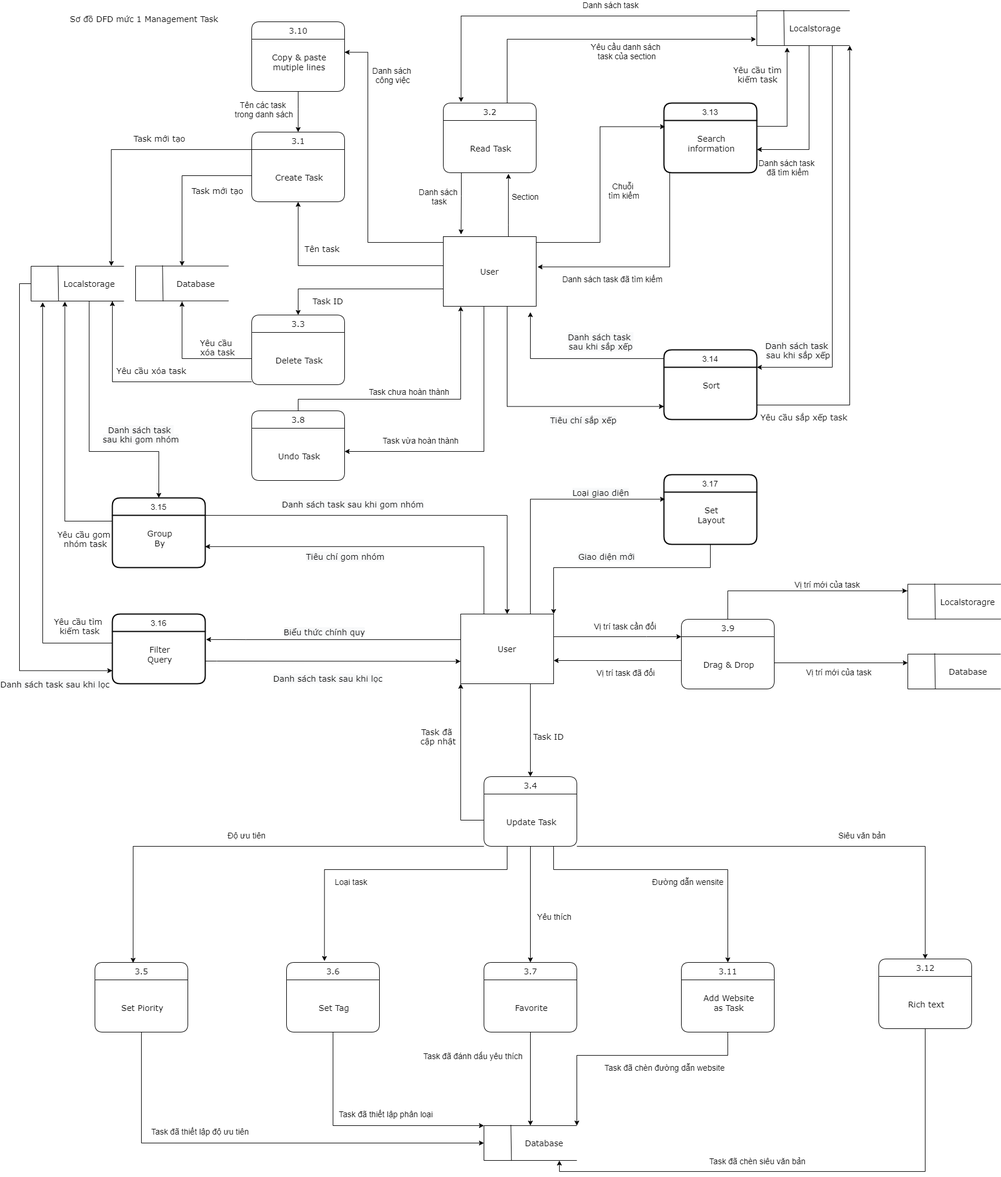
This is ToDoApp-Doc/Document/Diagram/DFD/ManagementTask/ManagementTaskDFD.png from Merevoli-DatLuu/To-Do-App, a draw.io export, as it was before one commit. Source tidied: cells renumbered, new cells last; positions are measured from the earlier drawing's top-left corner, leaving out a move shared by most shapes.
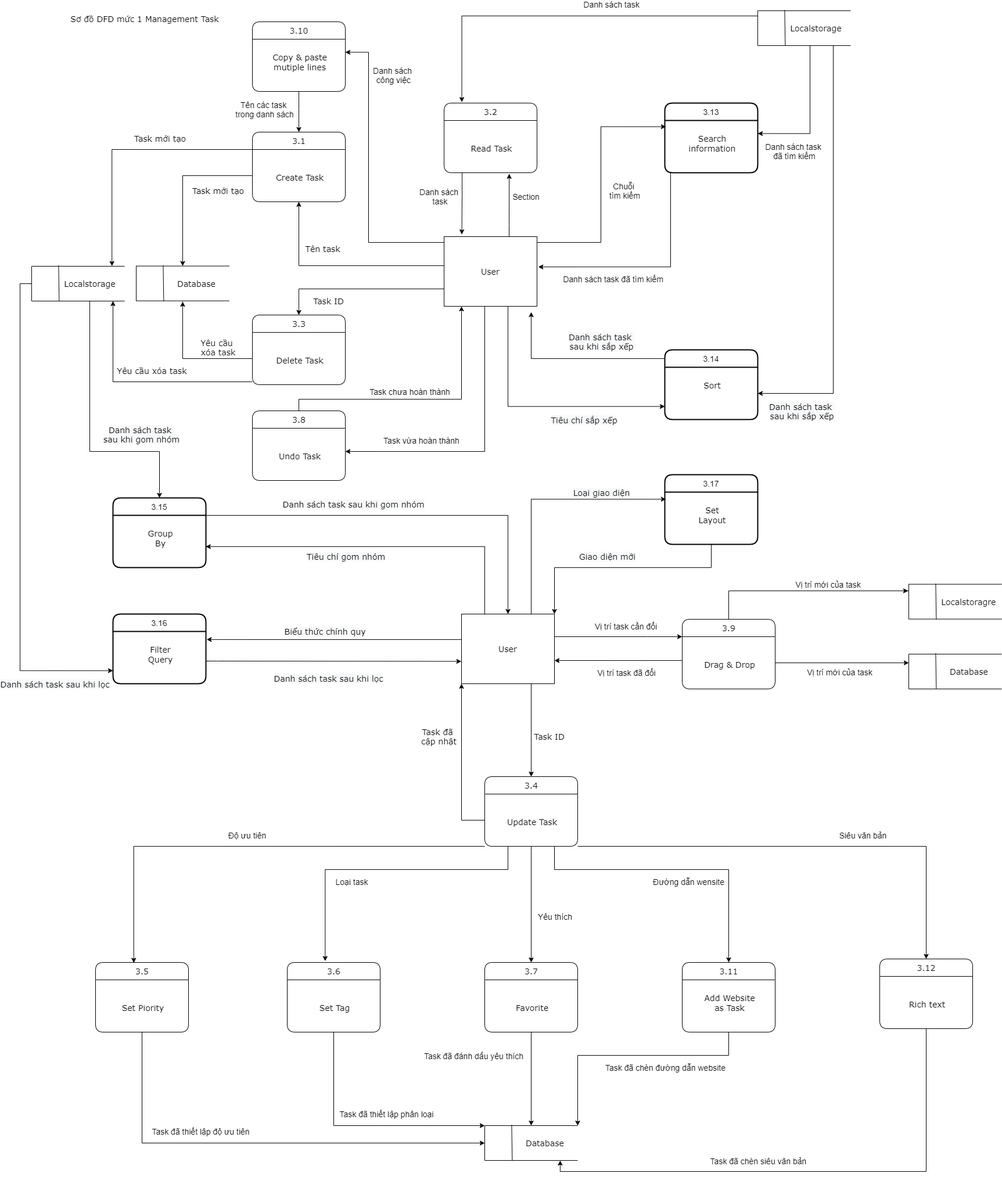
Later version of the same file.

Change to the diagram source:
```diff
@@ -195,18 +195,6 @@
         <mxPoint x="-51.8" y="-20.1" as="offset" />
       </mxGeometry>
     </mxCell>
-    <mxCell id="38" style="edgeStyle=orthogonalEdgeStyle;rounded=0;jettySize=auto;html=1;entryX=-0.008;entryY=0.818;entryDx=0;entryDy=0;entryPerimeter=0;fontFamily=Verdana;fontSize=14;" parent="1" edge="1" source="40" target="50">
-      <mxGeometry relative="1" as="geometry">
-        <Array as="points">
-          <mxPoint x="840" y="50" />
-        </Array>
-      </mxGeometry>
-    </mxCell>
-    <mxCell id="39" value="&lt;span style=&quot;font-family: &amp;#34;helvetica&amp;#34;&quot;&gt;Yêu cầu danh sách&lt;br&gt;&amp;nbsp;task&amp;nbsp;&lt;/span&gt;&lt;span style=&quot;font-family: &amp;#34;helvetica&amp;#34;&quot;&gt;của section&lt;/span&gt;" style="edgeLabel;html=1;align=center;verticalAlign=middle;fontSize=14;fontFamily=Verdana;" parent="38" vertex="1">
-      <mxGeometry x="0.24" y="-2" relative="1" as="geometry">
-        <mxPoint x="-19.4" y="17.9" as="offset" />
-      </mxGeometry>
-    </mxCell>
     <mxCell id="40" value="3.2" style="swimlane;horizontal=1;startSize=30;rounded=1;fontSize=14;fontStyle=0;strokeWidth=1;shadow=0;dashed=0;align=center;html=1;fontFamily=Verdana;" parent="1" vertex="1">
       <mxGeometry x="730" y="160" width="160" height="120" as="geometry" />
     </mxCell>
@@ -238,29 +226,28 @@
         <mxPoint x="-11.8" y="-19.1" as="offset" />
       </mxGeometry>
     </mxCell>
-    <mxCell id="46" style="edgeStyle=orthogonalEdgeStyle;rounded=0;jettySize=auto;html=1;fontFamily=Verdana;fontSize=14;" parent="1" edge="1" source="50">
+    <mxCell id="46" style="edgeStyle=orthogonalEdgeStyle;rounded=0;jettySize=auto;html=1;fontFamily=Verdana;fontSize=14;entryX=1;entryY=0.25;entryDx=0;entryDy=0;" parent="1" edge="1" source="50" target="61">
       <mxGeometry relative="1" as="geometry">
-        <mxPoint x="1270" y="240" as="targetPoint" />
         <Array as="points">
-          <mxPoint x="1360" y="240" />
+          <mxPoint x="1360" y="213" />
         </Array>
       </mxGeometry>
     </mxCell>
     <mxCell id="47" value="&lt;span style=&quot;font-family: &amp;#34;helvetica&amp;#34;&quot;&gt;Danh sách task&lt;br&gt;&amp;nbsp;đã tìm kiếm&lt;/span&gt;" style="edgeLabel;html=1;align=center;verticalAlign=middle;fontSize=14;fontFamily=Verdana;" parent="46" vertex="1">
       <mxGeometry x="0.43" y="4" relative="1" as="geometry">
-        <mxPoint x="-27.2" y="25.9" as="offset" />
+        <mxPoint x="-8.5" y="25.9" as="offset" />
       </mxGeometry>
     </mxCell>
-    <mxCell id="48" style="edgeStyle=orthogonalEdgeStyle;rounded=0;jettySize=auto;html=1;entryX=1;entryY=0;entryDx=0;entryDy=0;fontFamily=Verdana;fontSize=14;" parent="1" edge="1" source="50" target="69">
+    <mxCell id="48" style="edgeStyle=orthogonalEdgeStyle;rounded=0;jettySize=auto;html=1;entryX=1;entryY=0.5;entryDx=0;entryDy=0;fontFamily=Verdana;fontSize=14;" parent="1" edge="1" source="50" target="69">
       <mxGeometry relative="1" as="geometry">
         <Array as="points">
-          <mxPoint x="1400" y="615" />
+          <mxPoint x="1400" y="660" />
         </Array>
       </mxGeometry>
     </mxCell>
     <mxCell id="49" value="&lt;span style=&quot;font-family: &amp;#34;verdana&amp;#34; ; background-color: rgb(248 , 249 , 250)&quot;&gt;Danh sách task&amp;nbsp;&lt;/span&gt;&lt;br style=&quot;font-family: &amp;#34;verdana&amp;#34;&quot;&gt;&lt;span style=&quot;font-family: &amp;#34;verdana&amp;#34; ; background-color: rgb(248 , 249 , 250)&quot;&gt;sau khi sắp xếp&lt;/span&gt;" style="edgeLabel;html=1;align=center;verticalAlign=middle;fontSize=14;fontFamily=Verdana;" parent="48" vertex="1">
       <mxGeometry x="0.75" y="2" relative="1" as="geometry">
-        <mxPoint x="-15.1" y="-32" as="offset" />
+        <mxPoint x="-15.1" y="28" as="offset" />
       </mxGeometry>
     </mxCell>
     <mxCell id="50" value="&amp;nbsp; &amp;nbsp; &amp;nbsp; &amp;nbsp; &amp;nbsp; &amp;nbsp;Localstorage" style="strokeWidth=1;html=1;shape=mxgraph.flowchart.annotation_1;align=left;fontFamily=Verdana;fontSize=14;" parent="1" vertex="1">
@@ -314,20 +301,6 @@
     <mxCell id="61" value="&#10;Search &#10;information" style="align=center;strokeColor=none;fillColor=none;spacingLeft=4;fontSize=14;verticalAlign=top;fontFamily=Verdana;" parent="60" vertex="1">
       <mxGeometry y="30" width="160" height="90" as="geometry" />
     </mxCell>
-    <mxCell id="62" style="edgeStyle=orthogonalEdgeStyle;rounded=0;jettySize=auto;html=1;entryX=0.326;entryY=1.053;entryDx=0;entryDy=0;entryPerimeter=0;fontFamily=Verdana;fontSize=14;" parent="1" edge="1" target="50">
-      <mxGeometry relative="1" as="geometry">
-        <mxPoint x="1270" y="200" as="sourcePoint" />
-        <Array as="points">
-          <mxPoint x="1270" y="200" />
-          <mxPoint x="1322" y="200" />
-        </Array>
-      </mxGeometry>
-    </mxCell>
-    <mxCell id="63" value="Yêu cầu tìm&lt;br&gt;kiếm task" style="edgeLabel;html=1;align=center;verticalAlign=middle;fontSize=14;fontFamily=Verdana;" parent="62" vertex="1">
-      <mxGeometry x="0.57" relative="1" as="geometry">
-        <mxPoint x="-52.2" y="4.8" as="offset" />
-      </mxGeometry>
-    </mxCell>
     <mxCell id="64" style="edgeStyle=orthogonalEdgeStyle;rounded=0;jettySize=auto;html=1;entryX=1.014;entryY=0.435;entryDx=0;entryDy=0;fontFamily=Verdana;fontSize=14;entryPerimeter=0;" parent="1" edge="1" source="61" target="19">
       <mxGeometry relative="1" as="geometry">
         <Array as="points">
@@ -360,18 +333,6 @@
     <mxCell id="69" value="&#10;Sort" style="align=center;strokeColor=none;fillColor=none;spacingLeft=4;fontSize=14;verticalAlign=top;fontFamily=Verdana;" parent="68" vertex="1">
       <mxGeometry y="30" width="160" height="90" as="geometry" />
     </mxCell>
-    <mxCell id="70" style="edgeStyle=orthogonalEdgeStyle;rounded=0;jettySize=auto;html=1;entryX=1;entryY=1;entryDx=0;entryDy=0;entryPerimeter=0;fontFamily=Verdana;fontSize=14;" parent="1" edge="1" source="69" target="50">
-      <mxGeometry relative="1" as="geometry">
-        <Array as="points">
-          <mxPoint x="1430" y="680" />
-        </Array>
-      </mxGeometry>
-    </mxCell>
-    <mxCell id="71" value="Yêu cầu sắp xếp task" style="edgeLabel;html=1;align=center;verticalAlign=middle;fontSize=14;fontFamily=Verdana;" parent="70" vertex="1">
-      <mxGeometry x="-0.73" y="-2" relative="1" as="geometry">
-        <mxPoint x="-24.7" y="17.9" as="offset" />
-      </mxGeometry>
-    </mxCell>
     <mxCell id="72" style="edgeStyle=orthogonalEdgeStyle;rounded=0;jettySize=auto;html=1;fontFamily=Verdana;fontSize=14;entryX=0.998;entryY=0.598;entryDx=0;entryDy=0;entryPerimeter=0;" parent="1" edge="1" source="82" target="84">
       <mxGeometry relative="1" as="geometry">
         <Array as="points">
@@ -475,32 +436,6 @@
         <mxPoint x="-35.9" y="32.7" as="offset" />
       </mxGeometry>
     </mxCell>
-    <mxCell id="91" style="edgeStyle=orthogonalEdgeStyle;rounded=0;jettySize=auto;html=1;entryX=0.364;entryY=1.014;entryDx=0;entryDy=0;entryPerimeter=0;fontFamily=Verdana;fontSize=14;" parent="1" edge="1" target="24">
-      <mxGeometry relative="1" as="geometry">
-        <mxPoint x="160" y="880" as="sourcePoint" />
-        <Array as="points">
-          <mxPoint x="78" y="880" />
-        </Array>
-      </mxGeometry>
-    </mxCell>
-    <mxCell id="92" value="Yêu cầu gom&lt;br&gt;&amp;nbsp;nhóm task" style="edgeLabel;html=1;align=center;verticalAlign=middle;fontSize=14;fontFamily=Verdana;" parent="91" vertex="1">
-      <mxGeometry x="-0.87" y="1" relative="1" as="geometry">
-        <mxPoint x="-20.6" y="29" as="offset" />
-      </mxGeometry>
-    </mxCell>
-    <mxCell id="93" style="edgeStyle=orthogonalEdgeStyle;rounded=0;jettySize=auto;html=1;fontFamily=Verdana;fontSize=14;" parent="1" edge="1" source="86">
-      <mxGeometry relative="1" as="geometry">
-        <mxPoint x="40" y="503" as="targetPoint" />
-        <Array as="points">
-          <mxPoint x="40" y="1090" />
-        </Array>
-      </mxGeometry>
-    </mxCell>
-    <mxCell id="94" value="Yêu cầu tìm&lt;br&gt;&amp;nbsp;kiếm task" style="edgeLabel;html=1;align=center;verticalAlign=middle;fontSize=14;fontFamily=Verdana;" parent="93" vertex="1">
-      <mxGeometry x="-0.69" relative="1" as="geometry">
-        <mxPoint x="50.6" y="-30.1" as="offset" />
-      </mxGeometry>
-    </mxCell>
     <mxCell id="95" value="3.17" style="swimlane;horizontal=1;startSize=30;rounded=1;fontSize=14;fontStyle=0;strokeWidth=2;shadow=0;dashed=0;align=center;" parent="1" vertex="1">
       <mxGeometry x="1110" y="800" width="160" height="120" as="geometry" />
     </mxCell>
```
